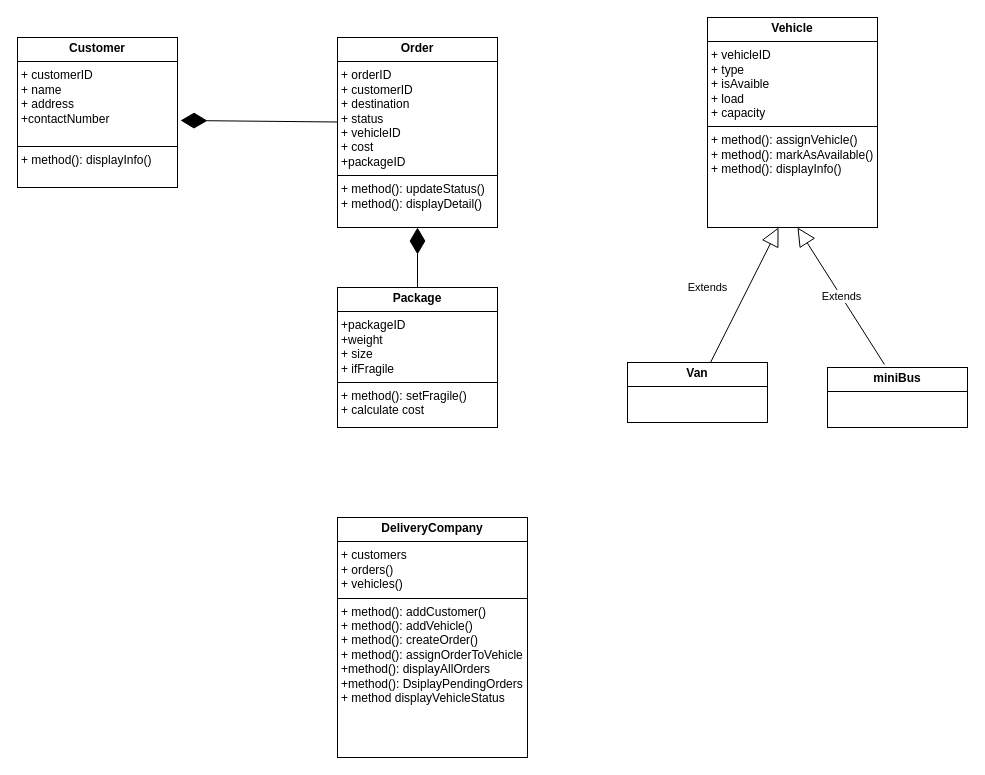
Before: Delivery_comp_UML.drawio in fifol21/E-wallet, a draw.io diagram. Source tidied: cells renumbered, new cells numbered last; positions are measured from the earlier drawing's top-left corner, leaving out a move shared by most shapes. Both pictures are drawn from the tidied source at 100%, with x=0, y=0 at pixel (17, 17).
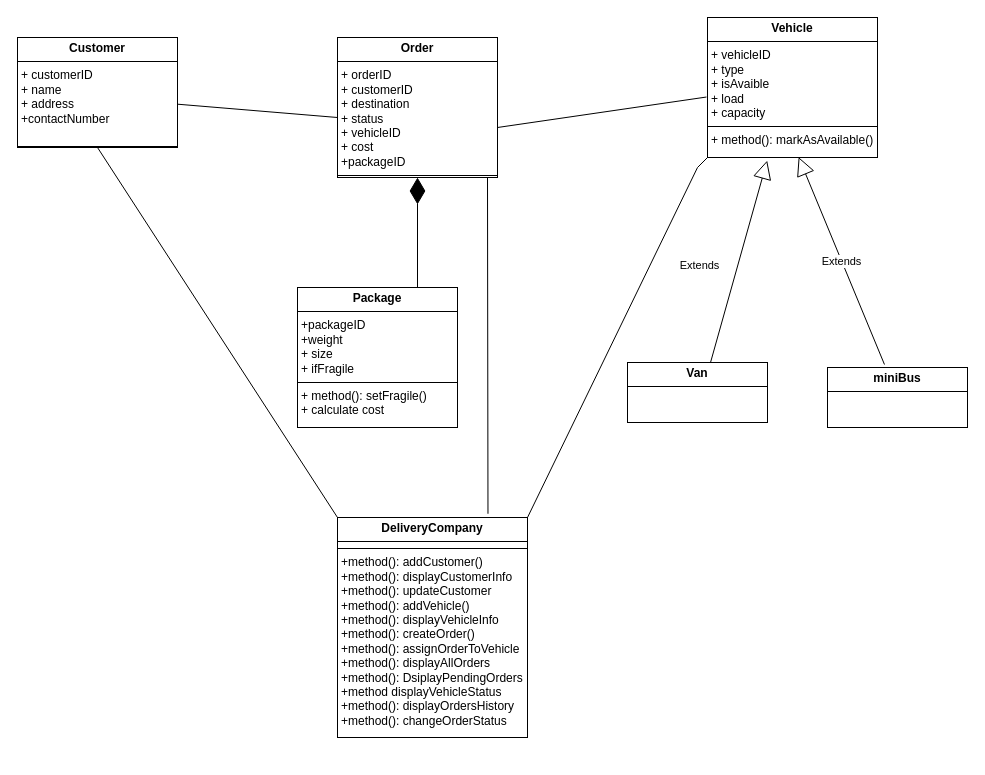
After the change.

Unchanged cells that the change refers to:
```xml
<mxCell id="5" value="&lt;p style=&quot;margin:0px;margin-top:4px;text-align:center;&quot;&gt;&lt;b&gt;Van&lt;/b&gt;&lt;/p&gt;&lt;hr size=&quot;1&quot; style=&quot;border-style:solid;&quot;&gt;&lt;div style=&quot;height:2px;&quot;&gt;&amp;nbsp; &lt;br&gt;&lt;/div&gt;" style="verticalAlign=top;align=left;overflow=fill;html=1;whiteSpace=wrap;" parent="1" vertex="1">
  <mxGeometry x="610" y="345" width="140" height="60" as="geometry" />
</mxCell>
<mxCell id="6" value="&lt;p style=&quot;margin:0px;margin-top:4px;text-align:center;&quot;&gt;&lt;b&gt;miniBus&lt;/b&gt;&lt;br&gt;&lt;/p&gt;&lt;hr size=&quot;1&quot; style=&quot;border-style:solid;&quot;&gt;&lt;div style=&quot;height:2px;&quot;&gt;&lt;/div&gt;" style="verticalAlign=top;align=left;overflow=fill;html=1;whiteSpace=wrap;" parent="1" vertex="1">
  <mxGeometry x="810" y="350" width="140" height="60" as="geometry" />
</mxCell>
```

Change to the diagram source:
```diff
@@
-    <mxCell id="2" value="&lt;p style=&quot;margin:0px;margin-top:4px;text-align:center;&quot;&gt;&lt;b&gt;Customer&lt;/b&gt;&lt;/p&gt;&lt;hr size=&quot;1&quot; style=&quot;border-style:solid;&quot;&gt;&lt;p style=&quot;margin:0px;margin-left:4px;&quot;&gt;+ customerID&lt;/p&gt;&lt;p style=&quot;margin:0px;margin-left:4px;&quot;&gt;+ name&lt;br&gt;+ address&lt;br&gt;+contactNumber&lt;br&gt;&lt;br&gt;&lt;/p&gt;&lt;hr size=&quot;1&quot; style=&quot;border-style:solid;&quot;&gt;&lt;p style=&quot;margin:0px;margin-left:4px;&quot;&gt;+ method(): displayInfo()&lt;br&gt;&lt;/p&gt;" style="verticalAlign=top;align=left;overflow=fill;html=1;whiteSpace=wrap;" parent="1" vertex="1">
-      <mxGeometry y="20" width="160" height="150" as="geometry" />
+    <mxCell id="2" value="&lt;p style=&quot;margin:0px;margin-top:4px;text-align:center;&quot;&gt;&lt;b&gt;Customer&lt;/b&gt;&lt;/p&gt;&lt;hr size=&quot;1&quot; style=&quot;border-style:solid;&quot;&gt;&lt;p style=&quot;margin:0px;margin-left:4px;&quot;&gt;+ customerID&lt;/p&gt;&lt;p style=&quot;margin:0px;margin-left:4px;&quot;&gt;+ name&lt;br&gt;+ address&lt;br&gt;+contactNumber&lt;br&gt;&lt;br&gt;&lt;/p&gt;&lt;hr size=&quot;1&quot; style=&quot;border-style:solid;&quot;&gt;" style="verticalAlign=top;align=left;overflow=fill;html=1;whiteSpace=wrap;" parent="1" vertex="1">
+      <mxGeometry y="20" width="160" height="110" as="geometry" />
     </mxCell>
-    <mxCell id="3" value="&lt;p style=&quot;margin:0px;margin-top:4px;text-align:center;&quot;&gt;&lt;b&gt;Vehicle&lt;/b&gt;&lt;/p&gt;&lt;hr size=&quot;1&quot; style=&quot;border-style:solid;&quot;&gt;&lt;p style=&quot;margin:0px;margin-left:4px;&quot;&gt;+ vehicleID&lt;br&gt;+ type&lt;br&gt;+ isAvaible&lt;/p&gt;&lt;p style=&quot;margin:0px;margin-left:4px;&quot;&gt;+ load&lt;br&gt;+ capacity&lt;br&gt;&lt;/p&gt;&lt;hr size=&quot;1&quot; style=&quot;border-style:solid;&quot;&gt;&lt;p style=&quot;margin:0px;margin-left:4px;&quot;&gt;+ method(): assignVehicle()&lt;br&gt;+ method(): markAsAvailable()&lt;br&gt;+ method(): displayInfo()&lt;br&gt;&lt;br&gt;&lt;/p&gt;" style="verticalAlign=top;align=left;overflow=fill;html=1;whiteSpace=wrap;" parent="1" vertex="1">
-      <mxGeometry x="690" width="170" height="210" as="geometry" />
+    <mxCell id="3" value="&lt;p style=&quot;margin:0px;margin-top:4px;text-align:center;&quot;&gt;&lt;b&gt;Vehicle&lt;/b&gt;&lt;/p&gt;&lt;hr size=&quot;1&quot; style=&quot;border-style:solid;&quot;&gt;&lt;p style=&quot;margin:0px;margin-left:4px;&quot;&gt;+ vehicleID&lt;br&gt;+ type&lt;br&gt;+ isAvaible&lt;/p&gt;&lt;p style=&quot;margin:0px;margin-left:4px;&quot;&gt;+ load&lt;br&gt;+ capacity&lt;br&gt;&lt;/p&gt;&lt;hr size=&quot;1&quot; style=&quot;border-style:solid;&quot;&gt;&lt;p style=&quot;margin:0px;margin-left:4px;&quot;&gt;+ method(): markAsAvailable()&lt;br&gt;&lt;br&gt;&lt;br&gt;&lt;/p&gt;" style="verticalAlign=top;align=left;overflow=fill;html=1;whiteSpace=wrap;" parent="1" vertex="1">
+      <mxGeometry x="690" width="170" height="140" as="geometry" />
     </mxCell>
-    <mxCell id="4" value="&lt;p style=&quot;margin:0px;margin-top:4px;text-align:center;&quot;&gt;&lt;b&gt;Order&lt;/b&gt;&lt;/p&gt;&lt;hr size=&quot;1&quot; style=&quot;border-style:solid;&quot;&gt;&lt;p style=&quot;margin:0px;margin-left:4px;&quot;&gt;+ orderID&lt;br&gt;+ customerID&lt;br&gt;+ destination&lt;br&gt;+ status&lt;br&gt;+ vehicleID&lt;br&gt;+ cost&lt;/p&gt;&lt;p style=&quot;margin:0px;margin-left:4px;&quot;&gt;+packageID&lt;br&gt;&lt;/p&gt;&lt;hr size=&quot;1&quot; style=&quot;border-style:solid;&quot;&gt;&lt;p style=&quot;margin:0px;margin-left:4px;&quot;&gt;+ method(): updateStatus()&lt;br&gt;+ method(): displayDetail()&lt;br&gt;&lt;/p&gt;" style="verticalAlign=top;align=left;overflow=fill;html=1;whiteSpace=wrap;" parent="1" vertex="1">
-      <mxGeometry x="320" y="20" width="160" height="190" as="geometry" />
+    <mxCell id="4" value="&lt;p style=&quot;margin:0px;margin-top:4px;text-align:center;&quot;&gt;&lt;b&gt;Order&lt;/b&gt;&lt;/p&gt;&lt;hr size=&quot;1&quot; style=&quot;border-style:solid;&quot;&gt;&lt;p style=&quot;margin:0px;margin-left:4px;&quot;&gt;+ orderID&lt;br&gt;+ customerID&lt;br&gt;+ destination&lt;br&gt;+ status&lt;br&gt;+ vehicleID&lt;br&gt;+ cost&lt;/p&gt;&lt;p style=&quot;margin:0px;margin-left:4px;&quot;&gt;+packageID&lt;br&gt;&lt;/p&gt;&lt;hr size=&quot;1&quot; style=&quot;border-style:solid;&quot;&gt;" style="verticalAlign=top;align=left;overflow=fill;html=1;whiteSpace=wrap;" parent="1" vertex="1">
+      <mxGeometry x="320" y="20" width="160" height="140" as="geometry" />
     </mxCell>
@@
-    <mxCell id="7" value="Extends" style="endArrow=block;endSize=16;endFill=0;html=1;rounded=0;entryX=0.359;entryY=1.021;entryDx=0;entryDy=0;entryPerimeter=0;exitX=0.593;exitY=0;exitDx=0;exitDy=0;exitPerimeter=0;" parent="1" edge="1" source="5">
+    <mxCell id="7" value="Extends" style="endArrow=block;endSize=16;endFill=0;html=1;rounded=0;entryX=0.351;entryY=1.022;entryDx=0;entryDy=0;entryPerimeter=0;exitX=0.593;exitY=0;exitDx=0;exitDy=0;exitPerimeter=0;" parent="1" edge="1" source="5" target="3">
       <mxGeometry x="-0.13" y="36" relative="1" as="geometry">
-        <mxPoint x="761" y="210" as="targetPoint" />
         <mxPoint x="-1" as="offset" />
       </mxGeometry>
     </mxCell>
-    <mxCell id="8" value="Extends" style="endArrow=block;endSize=16;endFill=0;html=1;rounded=0;exitX=0.407;exitY=-0.05;exitDx=0;exitDy=0;exitPerimeter=0;" parent="1" edge="1" source="6">
-      <mxGeometry relative="1" as="geometry">
-        <mxPoint x="780" y="210" as="targetPoint" />
-      </mxGeometry>
+    <mxCell id="8" value="Extends" style="endArrow=block;endSize=16;endFill=0;html=1;rounded=0;exitX=0.407;exitY=-0.05;exitDx=0;exitDy=0;exitPerimeter=0;entryX=0.536;entryY=0.997;entryDx=0;entryDy=0;entryPerimeter=0;" parent="1" edge="1" source="6" target="3">
+      <mxGeometry relative="1" as="geometry" />
     </mxCell>
     <mxCell id="9" value="&lt;p style=&quot;margin:0px;margin-top:4px;text-align:center;&quot;&gt;&lt;b&gt;Package&lt;/b&gt;&lt;/p&gt;&lt;hr size=&quot;1&quot; style=&quot;border-style:solid;&quot;&gt;&lt;p style=&quot;margin:0px;margin-left:4px;&quot;&gt;+packageID &lt;br&gt;&lt;/p&gt;&lt;p style=&quot;margin:0px;margin-left:4px;&quot;&gt;+weight&lt;br&gt;+ size&lt;br&gt;+ ifFragile&lt;br&gt;&lt;/p&gt;&lt;hr size=&quot;1&quot; style=&quot;border-style:solid;&quot;&gt;&lt;p style=&quot;margin:0px;margin-left:4px;&quot;&gt;+ method(): setFragile()&lt;br&gt;+ calculate cost&lt;br&gt;&lt;/p&gt;" style="verticalAlign=top;align=left;overflow=fill;html=1;whiteSpace=wrap;" parent="1" vertex="1">
-      <mxGeometry x="320" y="270" width="160" height="140" as="geometry" />
+      <mxGeometry x="280" y="270" width="160" height="140" as="geometry" />
     </mxCell>
@@
-    <mxCell id="11" style="endArrow=diamondThin;endFill=1;endSize=24;html=1;rounded=0;entryX=1.019;entryY=0.553;entryDx=0;entryDy=0;entryPerimeter=0;" parent="1" edge="1" target="2">
-      <mxGeometry relative="1" as="geometry">
-        <mxPoint x="320" y="104.5" as="sourcePoint" />
-      </mxGeometry>
-    </mxCell>
-    <mxCell id="12" value="&lt;p style=&quot;margin:0px;margin-top:4px;text-align:center;&quot;&gt;&lt;b&gt;DeliveryCompany&lt;/b&gt;&lt;br&gt;&lt;/p&gt;&lt;hr size=&quot;1&quot; style=&quot;border-style:solid;&quot;&gt;&lt;p style=&quot;margin:0px;margin-left:4px;&quot;&gt;+ customers&lt;br&gt;+ orders()&lt;br&gt;+ vehicles()&lt;br&gt;&lt;/p&gt;&lt;hr size=&quot;1&quot; style=&quot;border-style:solid;&quot;&gt;&lt;p style=&quot;margin:0px;margin-left:4px;&quot;&gt;+ method(): addCustomer()&lt;br&gt;+ method(): addVehicle()&lt;br&gt;+ method(): createOrder()&lt;br&gt;+ method(): assignOrderToVehicle&lt;br&gt;+method(): displayAllOrders&lt;br&gt;+method(): DsiplayPendingOrders&lt;br&gt;+ method displayVehicleStatus&lt;br&gt;&lt;/p&gt;" style="verticalAlign=top;align=left;overflow=fill;html=1;whiteSpace=wrap;" parent="1" vertex="1">
-      <mxGeometry x="320" y="500" width="190" height="240" as="geometry" />
+    <mxCell id="12" value="&lt;p style=&quot;margin:0px;margin-top:4px;text-align:center;&quot;&gt;&lt;b&gt;DeliveryCompany&lt;/b&gt;&lt;br&gt;&lt;/p&gt;&lt;hr size=&quot;1&quot; style=&quot;border-style:solid;&quot;&gt;&lt;hr size=&quot;1&quot; style=&quot;border-style:solid;&quot;&gt;&lt;p style=&quot;margin:0px;margin-left:4px;&quot;&gt;+method(): addCustomer()&lt;/p&gt;&lt;p style=&quot;margin:0px;margin-left:4px;&quot;&gt;+method(): displayCustomerInfo&lt;/p&gt;&lt;p style=&quot;margin:0px;margin-left:4px;&quot;&gt;+method(): updateCustomer&lt;br&gt;&lt;/p&gt;&lt;p style=&quot;margin:0px;margin-left:4px;&quot;&gt;+method(): addVehicle()&lt;br&gt;+method(): displayVehicleInfo&lt;br&gt;+method(): createOrder()&lt;br&gt;+method(): assignOrderToVehicle&lt;br&gt;+method(): displayAllOrders&lt;br&gt;+method(): DsiplayPendingOrders&lt;br&gt;+method displayVehicleStatus&lt;/p&gt;&lt;p style=&quot;margin:0px;margin-left:4px;&quot;&gt;+method(): displayOrdersHistory&lt;br&gt;+method(): changeOrderStatus&lt;br&gt;&lt;/p&gt;" style="verticalAlign=top;align=left;overflow=fill;html=1;whiteSpace=wrap;" parent="1" vertex="1">
+      <mxGeometry x="320" y="500" width="190" height="220" as="geometry" />
     </mxCell>
+    <mxCell id="13" style="edgeStyle=orthogonalEdgeStyle;rounded=0;orthogonalLoop=1;jettySize=auto;html=1;exitX=0.5;exitY=1;exitDx=0;exitDy=0;" parent="1" edge="1" source="3" target="3">
+      <mxGeometry relative="1" as="geometry" />
+    </mxCell>
+    <mxCell id="14" style="endArrow=none;html=1;rounded=0;" parent="1" edge="1">
+      <mxGeometry relative="1" as="geometry">
+        <mxPoint x="160" y="86.7" as="sourcePoint" />
+        <mxPoint x="320" y="100" as="targetPoint" />
+      </mxGeometry>
+    </mxCell>
+    <mxCell id="15" style="endArrow=none;html=1;rounded=0;entryX=-0.006;entryY=0.568;entryDx=0;entryDy=0;entryPerimeter=0;" parent="1" edge="1" target="3">
+      <mxGeometry relative="1" as="geometry">
+        <mxPoint x="480" y="110" as="sourcePoint" />
+      </mxGeometry>
+    </mxCell>
+    <mxCell id="16" style="endArrow=none;html=1;rounded=0;exitX=1;exitY=0;exitDx=0;exitDy=0;" parent="1" edge="1" source="12">
+      <mxGeometry relative="1" as="geometry">
+        <mxPoint x="690" y="140" as="targetPoint" />
+        <Array as="points">
+          <mxPoint x="680" y="150" />
+        </Array>
+      </mxGeometry>
+    </mxCell>
+    <mxCell id="17" style="endArrow=none;html=1;rounded=0;exitX=0;exitY=0;exitDx=0;exitDy=0;" parent="1" edge="1" source="12">
+      <mxGeometry relative="1" as="geometry">
+        <mxPoint x="80" y="130" as="targetPoint" />
+      </mxGeometry>
+    </mxCell>
+    <mxCell id="18" style="endArrow=none;html=1;rounded=0;exitX=0.792;exitY=-0.017;exitDx=0;exitDy=0;exitPerimeter=0;" parent="1" edge="1" source="12">
+      <mxGeometry relative="1" as="geometry">
+        <mxPoint x="470" y="160" as="targetPoint" />
+      </mxGeometry>
+    </mxCell>
+    <mxCell id="19" style="edgeStyle=orthogonalEdgeStyle;rounded=0;orthogonalLoop=1;jettySize=auto;html=1;exitX=0.5;exitY=1;exitDx=0;exitDy=0;" parent="1" edge="1" source="12" target="12">
+      <mxGeometry relative="1" as="geometry" />
+    </mxCell>
```
